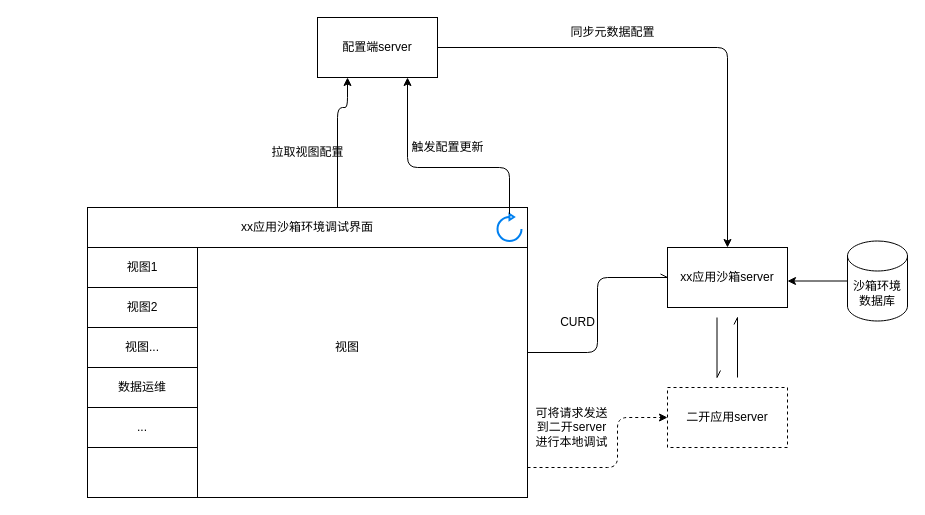
Before: source/_drafts/低代码平台的在线调试模式设计.drawio in zzy1661/hexo-blog, a draw.io diagram. Source tidied: cells renumbered, new cells numbered last; positions are measured from the earlier drawing's top-left corner, leaving out a move shared by most shapes. Both pictures are drawn from the tidied source at 100%, with x=0, y=0 at pixel (87, 17).
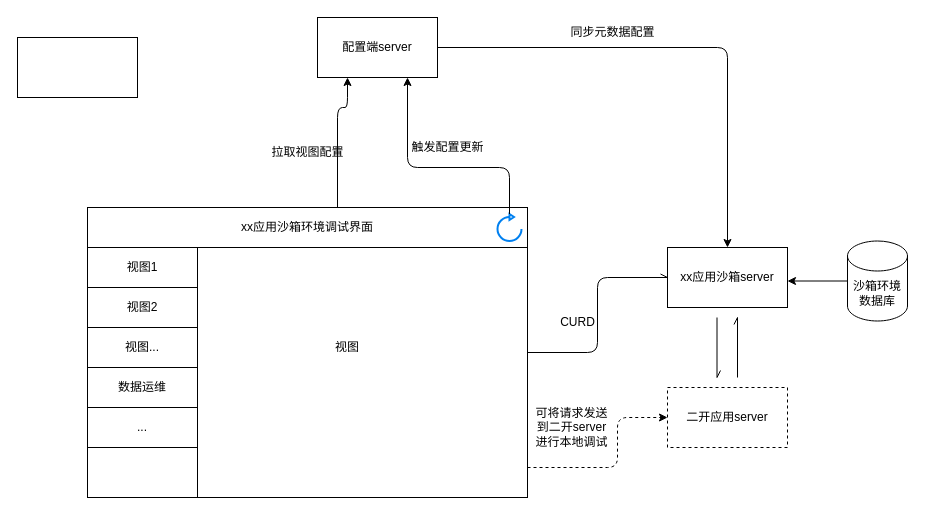
Above is the later version.

What changed in the source:
```diff
@@
+    <mxCell id="29" style="whiteSpace=wrap;html=1;" parent="1" vertex="1">
+      <mxGeometry x="-70" y="20" width="120" height="60" as="geometry" />
+    </mxCell>
```
